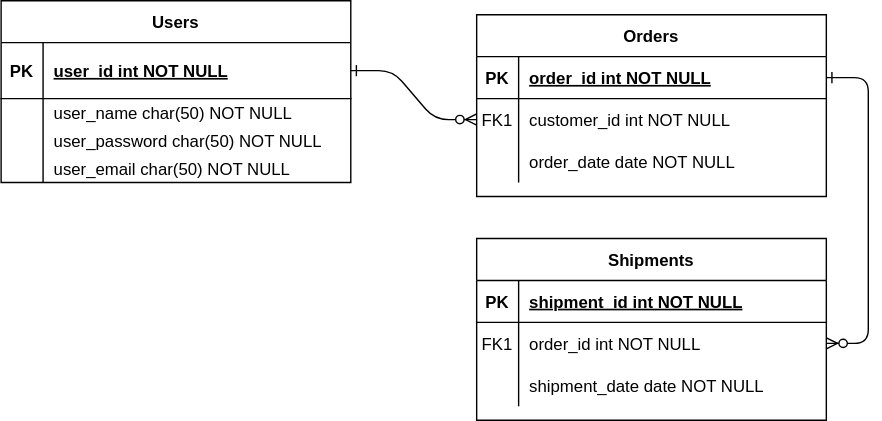
Earlier version of the draw.io export DER/Qhelp-DER.drawio.svg (luan-ferreir4/Qhelp-DER). Source tidied: cells renumbered, new cells last; positions are measured from the earlier drawing's top-left corner, leaving out a move shared by most shapes.
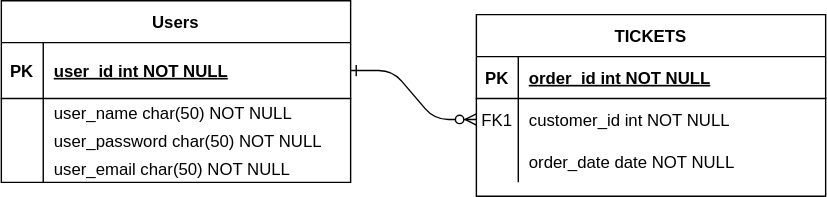
Above is the later version.

What changed in the source:
```diff
@@ -5,10 +5,7 @@
     <mxCell id="2" style="edgeStyle=entityRelationEdgeStyle;endArrow=ERzeroToMany;startArrow=ERone;endFill=1;startFill=0;exitX=1;exitY=0.5;exitDx=0;exitDy=0;" parent="1" edge="1" source="25" target="8">
       <mxGeometry relative="1" as="geometry" />
     </mxCell>
-    <mxCell id="3" style="edgeStyle=entityRelationEdgeStyle;endArrow=ERzeroToMany;startArrow=ERone;endFill=1;startFill=0;" parent="1" edge="1" source="5" target="18">
-      <mxGeometry relative="1" as="geometry" />
-    </mxCell>
-    <mxCell id="4" value="Orders" style="shape=table;startSize=30;rowLines=0;fontStyle=1;align=center;" parent="1" vertex="1">
+    <mxCell id="4" value="TICKETS" style="shape=table;startSize=30;rowLines=0;fontStyle=1;align=center;" parent="1" vertex="1">
       <mxGeometry x="340" y="10" width="250" height="130" as="geometry" />
     </mxCell>
     <mxCell id="5" style="shape=partialRectangle;fillColor=none;points=[[0,0.5],[1,0.5]];portConstraint=eastwest;top=0;left=0;right=0;bottom=1;" parent="4" vertex="1">
@@ -38,36 +35,6 @@
     <mxCell id="13" value="order_date date NOT NULL" style="shape=partialRectangle;overflow=hidden;fillColor=none;top=0;left=0;bottom=0;right=0;align=left;spacingLeft=6;" parent="11" vertex="1">
       <mxGeometry x="30" width="220" height="30" as="geometry" />
     </mxCell>
-    <mxCell id="14" value="Shipments" style="shape=table;startSize=30;rowLines=0;fontStyle=1;align=center;" parent="1" vertex="1">
-      <mxGeometry x="340" y="170" width="250" height="130" as="geometry" />
-    </mxCell>
-    <mxCell id="15" style="shape=partialRectangle;fillColor=none;top=0;left=0;right=0;bottom=1;" parent="14" vertex="1">
-      <mxGeometry y="30" width="250" height="30" as="geometry" />
-    </mxCell>
-    <mxCell id="16" value="PK" style="shape=partialRectangle;overflow=hidden;fillColor=none;top=0;left=0;bottom=0;right=0;fontStyle=1;" parent="15" vertex="1">
-      <mxGeometry width="30" height="30" as="geometry" />
-    </mxCell>
-    <mxCell id="17" value="shipment_id int NOT NULL " style="shape=partialRectangle;overflow=hidden;fillColor=none;top=0;left=0;bottom=0;right=0;align=left;spacingLeft=6;fontStyle=5;" parent="15" vertex="1">
-      <mxGeometry x="30" width="220" height="30" as="geometry" />
-    </mxCell>
-    <mxCell id="18" style="shape=partialRectangle;fillColor=none;points=[[0,0.5],[1,0.5]];portConstraint=eastwest;top=0;left=0;right=0;bottom=0;" parent="14" vertex="1">
-      <mxGeometry y="60" width="250" height="30" as="geometry" />
-    </mxCell>
-    <mxCell id="19" value="FK1" style="shape=partialRectangle;overflow=hidden;fillColor=none;top=0;left=0;bottom=0;right=0;" parent="18" vertex="1">
-      <mxGeometry width="30" height="30" as="geometry" />
-    </mxCell>
-    <mxCell id="20" value="order_id int NOT NULL" style="shape=partialRectangle;overflow=hidden;fillColor=none;top=0;left=0;bottom=0;right=0;align=left;spacingLeft=6;" parent="18" vertex="1">
-      <mxGeometry x="30" width="220" height="30" as="geometry" />
-    </mxCell>
-    <mxCell id="21" style="shape=partialRectangle;fillColor=none;top=0;left=0;right=0;bottom=0;" parent="14" vertex="1">
-      <mxGeometry y="90" width="250" height="30" as="geometry" />
-    </mxCell>
-    <mxCell id="22" style="shape=partialRectangle;overflow=hidden;fillColor=none;top=0;left=0;bottom=0;right=0;" parent="21" vertex="1">
-      <mxGeometry width="30" height="30" as="geometry" />
-    </mxCell>
-    <mxCell id="23" value="shipment_date date NOT NULL" style="shape=partialRectangle;overflow=hidden;fillColor=none;top=0;left=0;bottom=0;right=0;align=left;spacingLeft=6;" parent="21" vertex="1">
-      <mxGeometry x="30" width="220" height="30" as="geometry" />
-    </mxCell>
     <mxCell id="24" value="Users" style="shape=table;startSize=30;rowLines=0;fontStyle=1;align=center;" parent="1" vertex="1">
       <mxGeometry width="250" height="130" as="geometry" />
     </mxCell>
```
